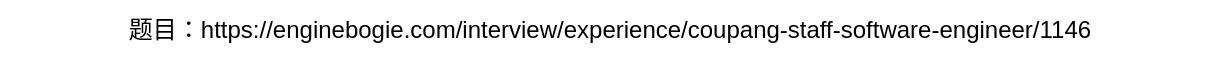
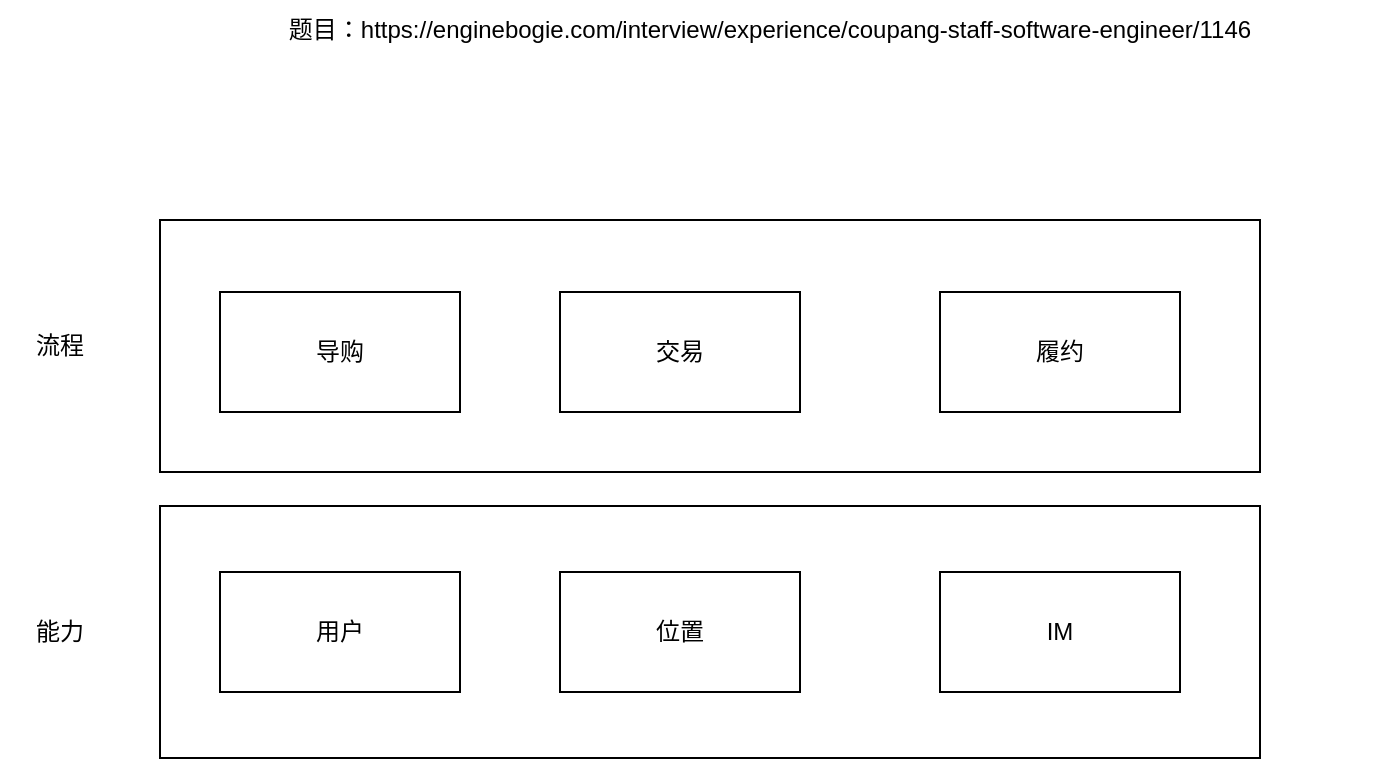
<mxfile host="app.diagrams.net" agent="Mozilla/5.0 (Windows NT 10.0; Win64; x64) AppleWebKit/537.36 (KHTML, like Gecko) draw.io/10.8.0 Chrome/73.0.3683.121 Electron/5.0.4 Safari/537.36">
  <diagram id="dw9DIYGoIQujjZgAUzOq" name="打车应用">
    <mxGraphModel dx="1347" dy="724" grid="1" gridSize="10" guides="1" tooltips="1" connect="1" arrows="1" fold="1" page="1" pageScale="1" pageWidth="1169" pageHeight="827" math="0" shadow="0">
      <root>
        <mxCell id="0" />
        <mxCell id="1" parent="0" />
+         <mxCell id="pT7SL0AU2GnrM4RqSykw-17" parent="1" style="rounded=0;whiteSpace=wrap;html=1;" value="" vertex="1">
+           <mxGeometry height="126" width="550" x="180" y="393" as="geometry" />
+         </mxCell>
+         <mxCell id="pT7SL0AU2GnrM4RqSykw-16" parent="1" style="rounded=0;whiteSpace=wrap;html=1;" value="" vertex="1">
+           <mxGeometry height="126" width="550" x="180" y="250" as="geometry" />
+         </mxCell>
        <mxCell id="pT7SL0AU2GnrM4RqSykw-1" parent="1" style="text;html=1;whiteSpace=wrap;strokeColor=none;fillColor=none;align=center;verticalAlign=middle;rounded=0;" value="题目：https://enginebogie.com/interview/experience/coupang-staff-software-engineer/1146" vertex="1">
          <mxGeometry height="30" width="610" x="180" y="140" as="geometry" />
+         </mxCell>
+         <mxCell id="pT7SL0AU2GnrM4RqSykw-5" parent="1" style="rounded=0;whiteSpace=wrap;html=1;" value="位置" vertex="1">
+           <mxGeometry height="60" width="120" x="380" y="426" as="geometry" />
+         </mxCell>
+         <mxCell id="pT7SL0AU2GnrM4RqSykw-6" parent="1" style="rounded=0;whiteSpace=wrap;html=1;" value="交易" vertex="1">
+           <mxGeometry height="60" width="120" x="380" y="286" as="geometry" />
+         </mxCell>
+         <mxCell id="pT7SL0AU2GnrM4RqSykw-9" parent="1" style="rounded=0;whiteSpace=wrap;html=1;" value="IM" vertex="1">
+           <mxGeometry height="60" width="120" x="570" y="426" as="geometry" />
+         </mxCell>
+         <mxCell id="pT7SL0AU2GnrM4RqSykw-13" parent="1" style="rounded=0;whiteSpace=wrap;html=1;" value="履约" vertex="1">
+           <mxGeometry height="60" width="120" x="570" y="286" as="geometry" />
+         </mxCell>
+         <mxCell id="pT7SL0AU2GnrM4RqSykw-14" parent="1" style="rounded=0;whiteSpace=wrap;html=1;" value="导购" vertex="1">
+           <mxGeometry height="60" width="120" x="210" y="286" as="geometry" />
+         </mxCell>
+         <mxCell id="pT7SL0AU2GnrM4RqSykw-15" parent="1" style="rounded=0;whiteSpace=wrap;html=1;" value="用户" vertex="1">
+           <mxGeometry height="60" width="120" x="210" y="426" as="geometry" />
+         </mxCell>
+         <mxCell id="pT7SL0AU2GnrM4RqSykw-18" parent="1" style="text;html=1;whiteSpace=wrap;strokeColor=none;fillColor=none;align=center;verticalAlign=middle;rounded=0;" value="流程" vertex="1">
+           <mxGeometry height="30" width="60" x="100" y="298" as="geometry" />
+         </mxCell>
+         <mxCell id="pT7SL0AU2GnrM4RqSykw-19" parent="1" style="text;html=1;whiteSpace=wrap;strokeColor=none;fillColor=none;align=center;verticalAlign=middle;rounded=0;" value="能力" vertex="1">
+           <mxGeometry height="30" width="60" x="100" y="441" as="geometry" />
        </mxCell>
      </root>
    </mxGraphModel>
  </diagram>
</mxfile>
